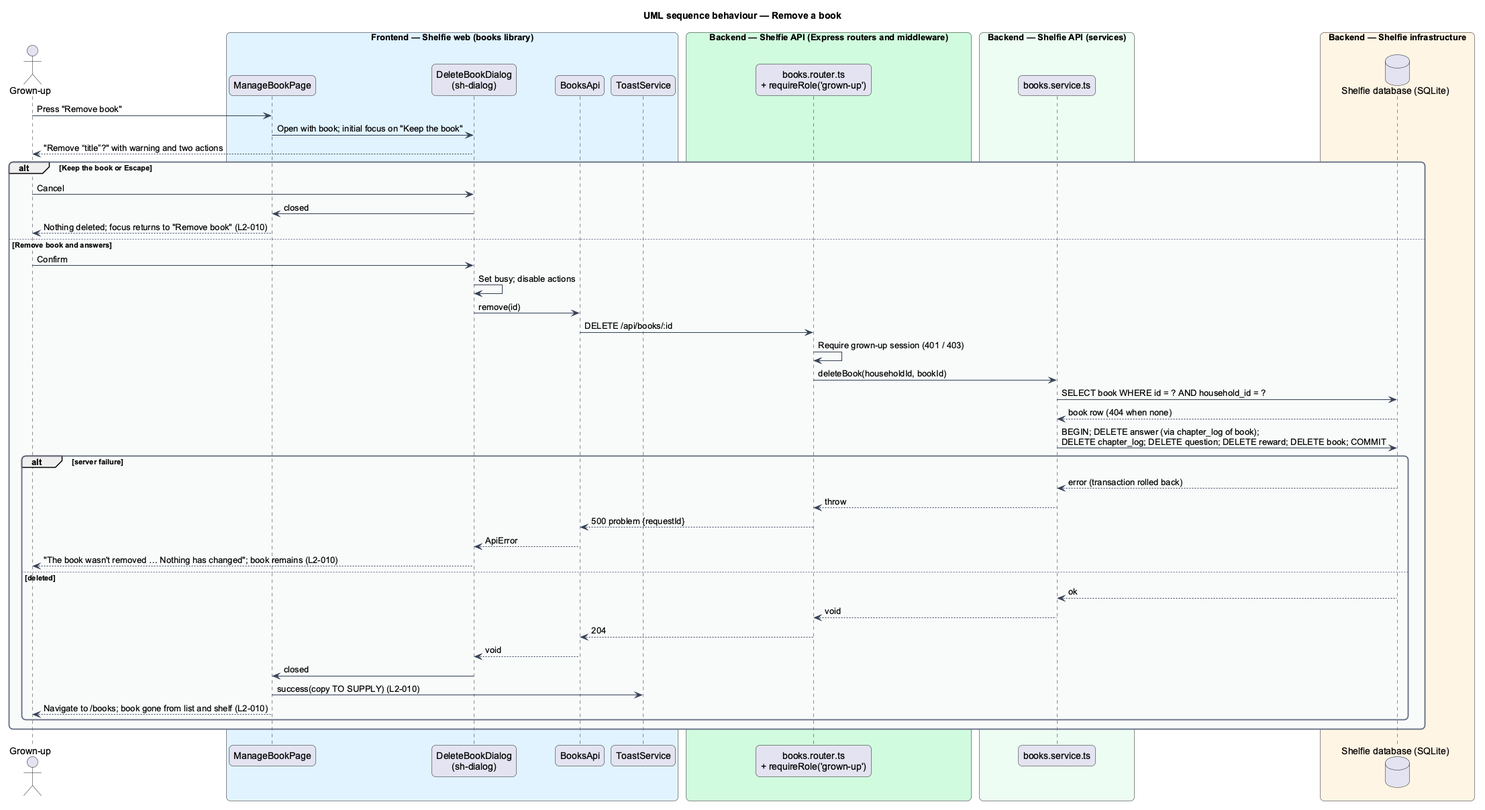
Above: docs/detailed-designs/books/manage-book/diagrams/sequence-remove-book.png in QuinntyneBrown/shelfie (PlantUML), before the change. The source it was exported from:
```plantuml
@startuml
title UML sequence behaviour — Remove a book
skinparam backgroundColor #FFFFFF
skinparam shadowing false
skinparam roundcorner 12
skinparam defaultFontName Arial
skinparam ArrowColor #344054
skinparam rectangle {
  BorderColor #344054
  FontColor #101828
}
skinparam package {
  BorderColor #667085
  FontColor #101828
  BackgroundColor #F9FAFB
}
actor "Grown-up" as grownUp
box "Frontend — Shelfie web (books library)" #E0F2FE
  participant "ManageBookPage" as page
  participant "DeleteBookDialog\n(sh-dialog)" as dialog
  participant "BooksApi" as client
  participant "ToastService" as toast
end box
box "Backend — Shelfie API (Express routers and middleware)" #D1FADF
  participant "books.router.ts\n+ requireRole('grown-up')" as router
end box
box "Backend — Shelfie API (services)" #ECFDF3
  participant "books.service.ts" as service
end box
box "Backend — Shelfie infrastructure" #FFF4E5
  database "Shelfie database (SQLite)" as db
end box

grownUp -> page : Press "Remove book"
page -> dialog : Open with book; initial focus on "Keep the book"
dialog --> grownUp : "Remove “title”?" with warning and two actions
alt Keep the book or Escape
  grownUp -> dialog : Cancel
  dialog -> page : closed
  page --> grownUp : Nothing deleted; focus returns to "Remove book" (L2-010)
else Remove book and answers
  grownUp -> dialog : Confirm
  dialog -> dialog : Set busy; disable actions
  dialog -> client : remove(id)
  client -> router : DELETE /api/books/:id
  router -> router : Require grown-up session (401 / 403)
  router -> service : deleteBook(householdId, bookId)
  service -> db : SELECT book WHERE id = ? AND household_id = ?
  db --> service : book row (404 when none)
  service -> db : BEGIN; DELETE answer (via chapter_log of book);\nDELETE chapter_log; DELETE question; DELETE reward; DELETE book; COMMIT
  alt server failure
    db --> service : error (transaction rolled back)
    service --> router : throw
    router --> client : 500 problem {requestId}
    client --> dialog : ApiError
    dialog --> grownUp : "The book wasn't removed … Nothing has changed"; book remains (L2-010)
  else deleted
    db --> service : ok
    service --> router : void
    router --> client : 204
    client --> dialog : void
    dialog -> page : closed
    page -> toast : success(copy TO SUPPLY) (L2-010)
    page --> grownUp : Navigate to /books; book gone from list and shelf (L2-010)
  end
end
@enduml
```
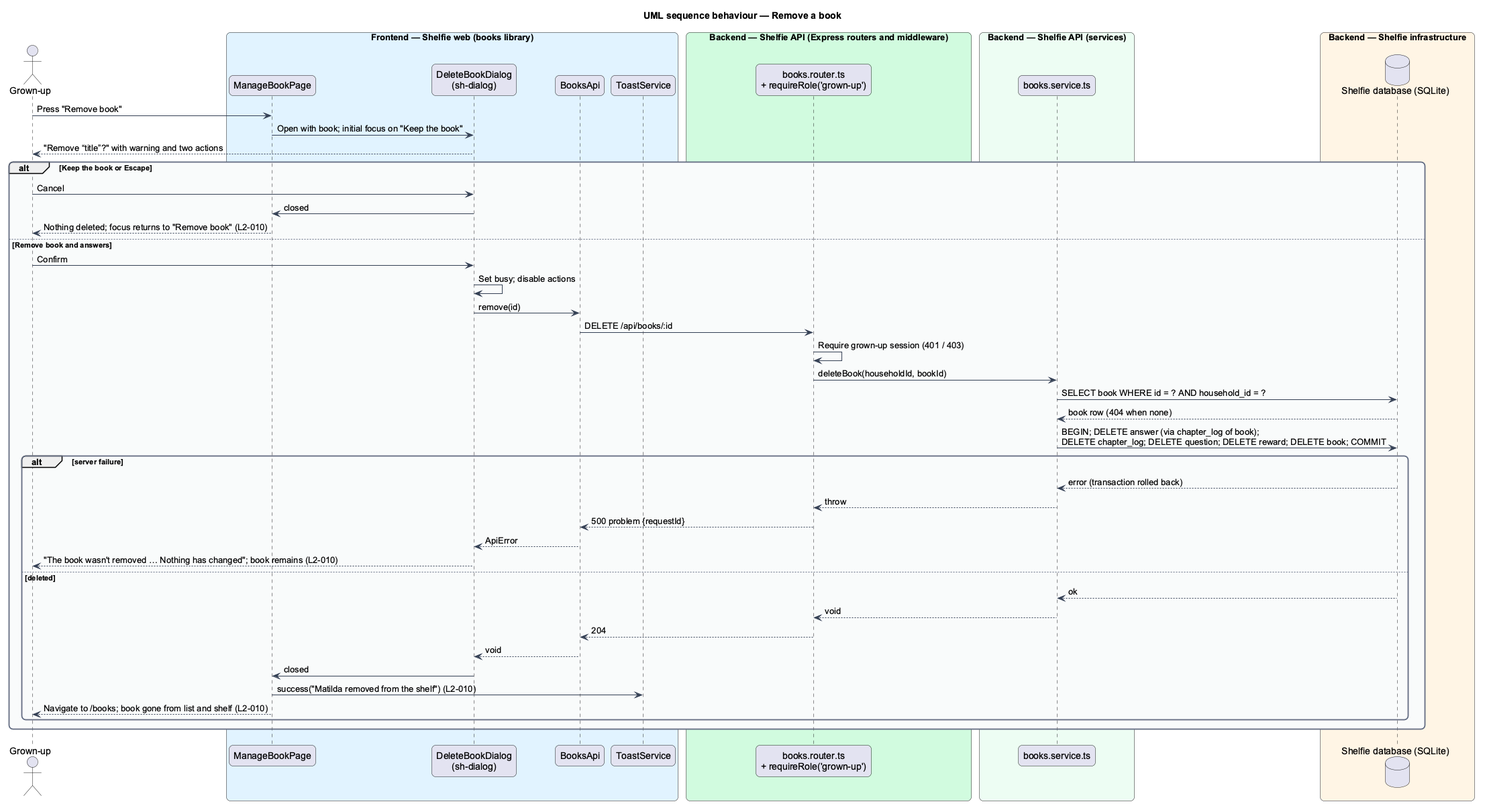
After the change.

The edit, as a diff of the source:
```diff
@@ -60,7 +60,7 @@
     router --> client : 204
     client --> dialog : void
     dialog -> page : closed
-    page -> toast : success(copy TO SUPPLY) (L2-010)
+    page -> toast : success("Matilda removed from the shelf") (L2-010)
     page --> grownUp : Navigate to /books; book gone from list and shelf (L2-010)
   end
 end
```
